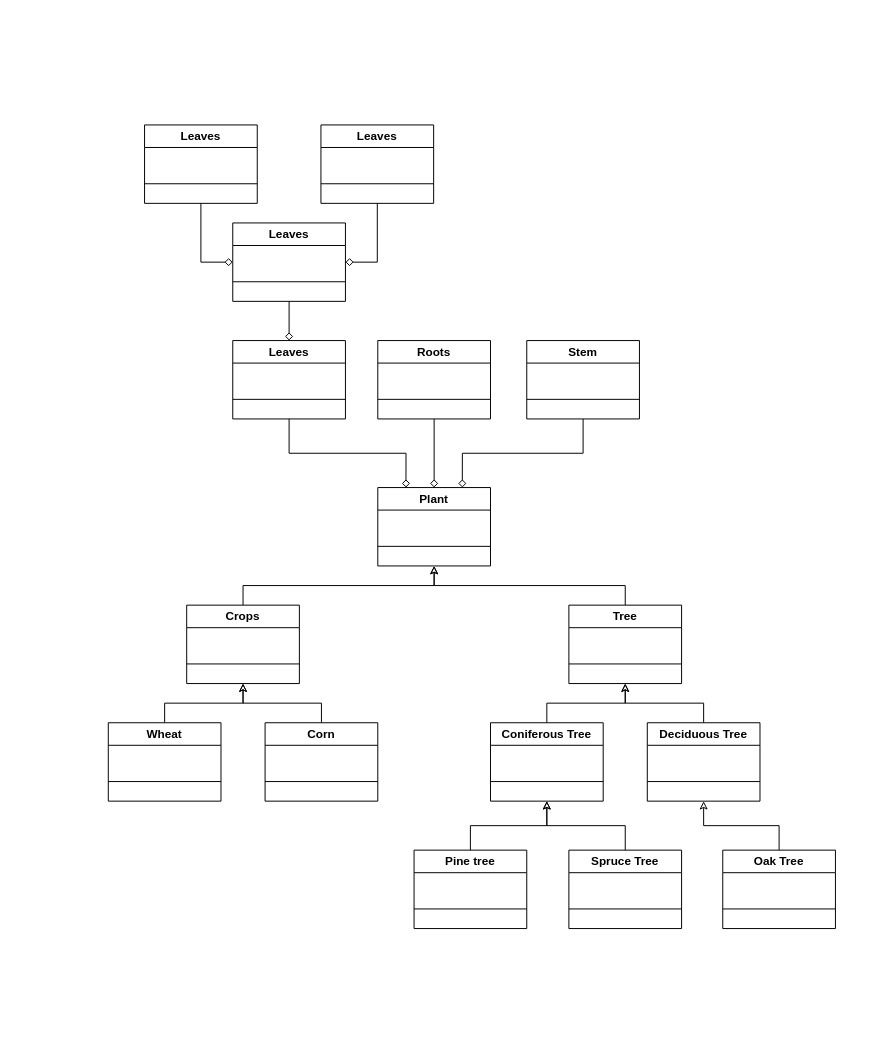
Earlier version of the draw.io diagram ExerciseB/Exe_B_313.drawio (SenorYuen/ENSF380Lab3). Source tidied: cells renumbered, new cells numbered last; positions are measured from the earlier drawing's top-left corner, leaving out a move shared by most shapes. Both pictures are drawn from the tidied source at 98%, with x=0, y=0 at pixel (108, 124).
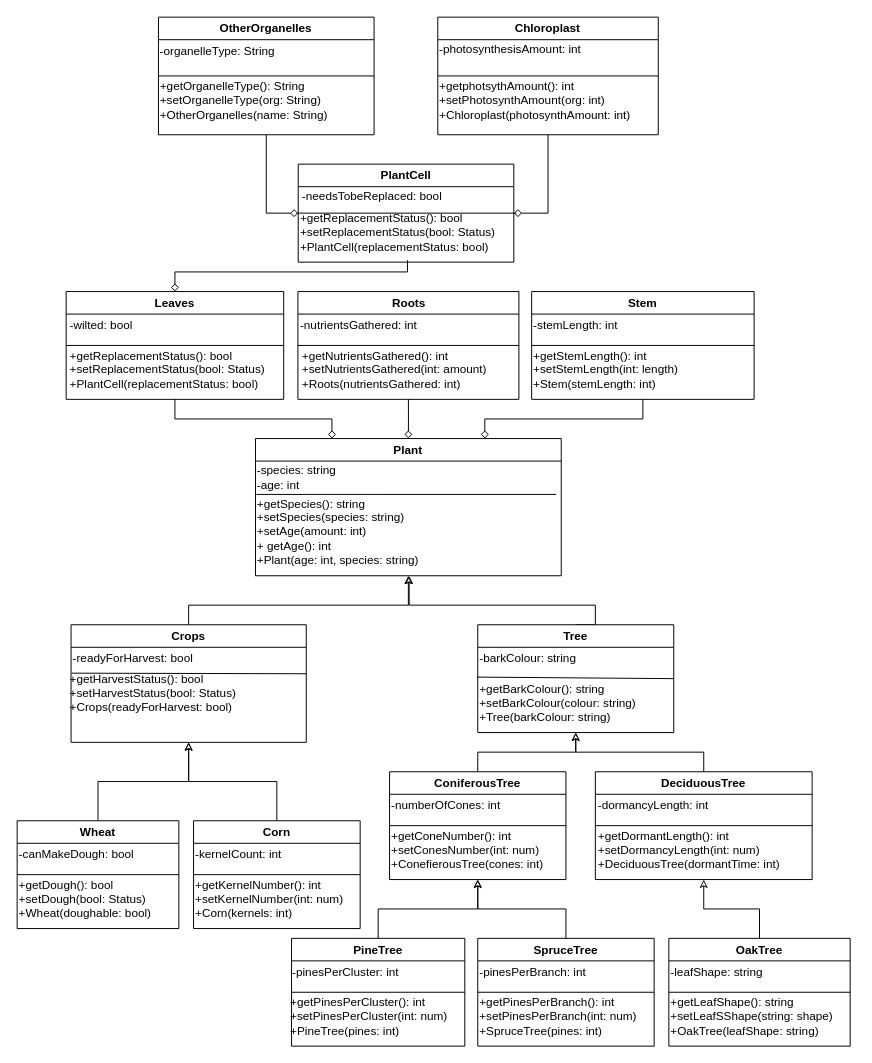
The same diagram, later.

Commit message (it also covers changes not shown here):
finalized exercise b uml and updated files

Diff of the diagram source:
```diff
@@
     <mxCell id="2" value="Plant" style="swimlane;whiteSpace=wrap;html=1;" parent="1" vertex="1">
-      <mxGeometry x="275" y="370" width="115" height="80" as="geometry" />
+      <mxGeometry x="150.2" y="320" width="312" height="140" as="geometry" />
     </mxCell>
-    <mxCell id="3" style="endArrow=none;html=1;rounded=0;exitX=0;exitY=0.75;exitDx=0;exitDy=0;entryX=1;entryY=0.75;entryDx=0;entryDy=0;" parent="1" edge="1" source="2" target="2">
-      <mxGeometry relative="1" as="geometry" />
-    </mxCell>
+    <mxCell id="49" value="-species: string&lt;div&gt;-age: int&lt;/div&gt;" style="text;html=1;align=left;verticalAlign=middle;strokeColor=none;fillColor=none;" parent="2" vertex="1">
+      <mxGeometry y="20" width="100" height="40" as="geometry" />
+    </mxCell>
+    <mxCell id="50" value="+getSpecies(): string&lt;div&gt;+setSpecies(species: string)&lt;br&gt;&lt;div&gt;+setAge(amount: int)&lt;/div&gt;&lt;div&gt;+ getAge(): int&lt;/div&gt;&lt;div&gt;+Plant(age: int, species: string)&lt;/div&gt;&lt;/div&gt;" style="text;html=1;align=left;verticalAlign=middle;points=[];strokeColor=none;fillColor=none;" parent="2" vertex="1">
+      <mxGeometry y="50" width="190" height="90" as="geometry" />
+    </mxCell>
@@
     <mxCell id="5" value="Roots" style="swimlane;whiteSpace=wrap;html=1;" parent="1" vertex="1">
-      <mxGeometry x="275" y="220" width="115" height="80" as="geometry" />
+      <mxGeometry x="193.5" y="170" width="225.5" height="110" as="geometry" />
     </mxCell>
+    <mxCell id="51" value="-nutrientsGathered: int" style="text;html=1;align=left;verticalAlign=middle;strokeColor=none;fillColor=none;" parent="5" vertex="1">
+      <mxGeometry y="20" width="140" height="30" as="geometry" />
+    </mxCell>
+    <mxCell id="52" value="+getNutrientsGathered(): int&lt;div&gt;+setNutrientsGathered(int: amount)&lt;/div&gt;&lt;div&gt;+Roots(nutrientsGathered: int)&lt;/div&gt;" style="text;html=1;align=left;verticalAlign=middle;strokeColor=none;fillColor=none;" parent="5" vertex="1">
+      <mxGeometry x="2.8" y="50" width="210" height="60" as="geometry" />
+    </mxCell>
@@
     <mxCell id="7" value="Stem" style="swimlane;whiteSpace=wrap;html=1;" parent="1" vertex="1">
-      <mxGeometry x="427" y="220" width="115" height="80" as="geometry" />
+      <mxGeometry x="432" y="170" width="227" height="110" as="geometry" />
     </mxCell>
+    <mxCell id="53" value="-stemLength: int" style="text;html=1;align=left;verticalAlign=middle;strokeColor=none;fillColor=none;" parent="7" vertex="1">
+      <mxGeometry y="20" width="110" height="30" as="geometry" />
+    </mxCell>
+    <mxCell id="54" value="+getStemLength(): int&lt;div&gt;+setStemLength(int: length)&lt;/div&gt;&lt;div&gt;+Stem(stemLength: int)&lt;/div&gt;" style="text;html=1;align=left;verticalAlign=middle;strokeColor=none;fillColor=none;" parent="7" vertex="1">
+      <mxGeometry y="50" width="170" height="60" as="geometry" />
+    </mxCell>
@@
     <mxCell id="9" value="Leaves" style="swimlane;whiteSpace=wrap;html=1;" parent="1" vertex="1">
-      <mxGeometry x="127" y="220" width="115" height="80" as="geometry" />
+      <mxGeometry x="-43" y="170" width="222" height="110" as="geometry" />
     </mxCell>
+    <mxCell id="55" value="-wilted: bool" style="text;html=1;align=left;verticalAlign=middle;strokeColor=none;fillColor=none;" parent="9" vertex="1">
+      <mxGeometry x="2" y="20" width="90" height="30" as="geometry" />
+    </mxCell>
+    <mxCell id="56" value="+getReplacementStatus(): bool&lt;div&gt;+setReplacementStatus(bool: Status)&lt;/div&gt;&lt;div&gt;+PlantCell(replacementStatus: bool)&lt;/div&gt;" style="text;html=1;align=left;verticalAlign=middle;strokeColor=none;fillColor=none;" parent="9" vertex="1">
+      <mxGeometry x="2" y="50" width="220" height="60" as="geometry" />
+    </mxCell>
-    <mxCell id="10" style="endArrow=none;html=1;rounded=0;exitX=0;exitY=0.75;exitDx=0;exitDy=0;entryX=1;entryY=0.75;entryDx=0;entryDy=0;" parent="1" edge="1" source="9" target="9">
+    <mxCell id="10" style="endArrow=none;html=1;rounded=0;entryX=1;entryY=0.5;entryDx=0;entryDy=0;exitX=0;exitY=0.5;exitDx=0;exitDy=0;" parent="1" edge="1" source="9" target="9">
       <mxGeometry relative="1" as="geometry" />
     </mxCell>
-    <mxCell id="11" style="endArrow=none;html=1;rounded=0;exitX=0;exitY=0.75;exitDx=0;exitDy=0;entryX=1;entryY=0.75;entryDx=0;entryDy=0;" parent="1" edge="1" source="5" target="5">
+    <mxCell id="11" style="endArrow=none;html=1;rounded=0;exitX=0;exitY=0.5;exitDx=0;exitDy=0;entryX=1;entryY=0.5;entryDx=0;entryDy=0;elbow=vertical;" parent="1" edge="1" source="5" target="5">
       <mxGeometry relative="1" as="geometry" />
     </mxCell>
-    <mxCell id="12" style="endArrow=none;html=1;rounded=0;exitX=0;exitY=0.75;exitDx=0;exitDy=0;entryX=1;entryY=0.75;entryDx=0;entryDy=0;" parent="1" edge="1" source="7" target="7">
+    <mxCell id="12" style="endArrow=none;html=1;rounded=0;exitX=0;exitY=0.5;exitDx=0;exitDy=0;entryX=1;entryY=0.5;entryDx=0;entryDy=0;" parent="1" edge="1" source="7" target="7">
       <mxGeometry relative="1" as="geometry" />
     </mxCell>
-    <mxCell id="13" style="edgeStyle=orthogonalEdgeStyle;rounded=0;jettySize=auto;html=1;entryX=0.5;entryY=0;entryDx=0;entryDy=0;endArrow=diamond;endFill=0;" parent="1" edge="1" source="14" target="9">
-      <mxGeometry relative="1" as="geometry" />
+    <mxCell id="13" style="edgeStyle=orthogonalEdgeStyle;rounded=0;jettySize=auto;html=1;entryX=0.5;entryY=0;entryDx=0;entryDy=0;endArrow=diamond;endFill=0;exitX=0.507;exitY=0.967;exitDx=0;exitDy=0;exitPerimeter=0;" parent="1" edge="1" source="58" target="9">
+      <mxGeometry relative="1" as="geometry">
+        <Array as="points">
+          <mxPoint x="305" y="150" />
+          <mxPoint x="68" y="150" />
+        </Array>
+      </mxGeometry>
     </mxCell>
-    <mxCell id="14" value="Leaves" style="swimlane;whiteSpace=wrap;html=1;" parent="1" vertex="1">
-      <mxGeometry x="127" y="100" width="115" height="80" as="geometry" />
+    <mxCell id="14" value="PlantCell" style="swimlane;whiteSpace=wrap;html=1;" parent="1" vertex="1">
+      <mxGeometry x="193.8" y="40" width="220" height="100" as="geometry" />
     </mxCell>
+    <mxCell id="57" value="-needsTobeReplaced: bool&lt;div&gt;&lt;br&gt;&lt;/div&gt;" style="text;html=1;align=left;verticalAlign=middle;points=[];strokeColor=none;fillColor=none;" parent="14" vertex="1">
+      <mxGeometry x="2.5" y="20" width="170" height="40" as="geometry" />
+    </mxCell>
+    <mxCell id="58" value="+getReplacementStatus(): bool&lt;div&gt;+setReplacementStatus(bool: Status)&lt;/div&gt;&lt;div&gt;+PlantCell(replacementStatus: bool)&lt;/div&gt;" style="text;html=1;align=left;verticalAlign=middle;points=[];strokeColor=none;fillColor=none;" parent="14" vertex="1">
+      <mxGeometry y="40" width="220" height="60" as="geometry" />
+    </mxCell>
@@
-    <mxCell id="16" value="Leaves" style="swimlane;whiteSpace=wrap;html=1;" parent="1" vertex="1">
-      <mxGeometry x="217" width="115" height="80" as="geometry" />
+    <mxCell id="16" value="Chloroplast" style="swimlane;whiteSpace=wrap;html=1;" parent="1" vertex="1">
+      <mxGeometry x="336.2" y="-110" width="225" height="120" as="geometry" />
     </mxCell>
+    <mxCell id="59" value="-photosynthesisAmount: int&lt;div&gt;&lt;br&gt;&lt;/div&gt;" style="text;html=1;align=left;verticalAlign=middle;strokeColor=none;fillColor=none;" parent="16" vertex="1">
+      <mxGeometry y="20" width="170" height="40" as="geometry" />
+    </mxCell>
+    <mxCell id="60" value="+getphotsythAmount(): int&lt;div&gt;+setPhotosynthAmount(org: int)&lt;/div&gt;&lt;div&gt;+Chloroplast(photosynthAmount: int)&lt;/div&gt;" style="text;html=1;align=left;verticalAlign=middle;strokeColor=none;fillColor=none;" parent="16" vertex="1">
+      <mxGeometry y="55" width="220" height="60" as="geometry" />
+    </mxCell>
@@
-    <mxCell id="18" value="Leaves" style="swimlane;whiteSpace=wrap;html=1;" parent="1" vertex="1">
-      <mxGeometry x="37" width="115" height="80" as="geometry" />
+    <mxCell id="18" value="OtherOrganelles" style="swimlane;whiteSpace=wrap;html=1;startSize=23;" parent="1" vertex="1">
+      <mxGeometry x="51.2" y="-110" width="220" height="120" as="geometry" />
     </mxCell>
+    <mxCell id="61" value="-organelleType: String" style="text;html=1;align=center;verticalAlign=middle;strokeColor=none;fillColor=none;" parent="18" vertex="1">
+      <mxGeometry x="-10" y="20" width="140" height="30" as="geometry" />
+    </mxCell>
+    <mxCell id="62" value="+getOrganelleType(): String&lt;div&gt;+setOrganelleType(org: String)&lt;/div&gt;&lt;div&gt;+OtherOrganelles(name: String)&lt;/div&gt;" style="text;html=1;align=left;verticalAlign=middle;strokeColor=none;fillColor=none;" parent="18" vertex="1">
+      <mxGeometry y="55" width="190" height="60" as="geometry" />
+    </mxCell>
-    <mxCell id="19" style="endArrow=none;html=1;rounded=0;exitX=0;exitY=0.75;exitDx=0;exitDy=0;entryX=1;entryY=0.75;entryDx=0;entryDy=0;" parent="1" edge="1" source="14" target="14">
-      <mxGeometry relative="1" as="geometry" />
+    <mxCell id="19" style="endArrow=none;html=1;rounded=0;exitX=-0.024;exitY=0.75;exitDx=0;exitDy=0;exitPerimeter=0;" parent="1" edge="1" source="57">
+      <mxGeometry relative="1" as="geometry">
+        <mxPoint x="416.2" y="90" as="targetPoint" />
+      </mxGeometry>
     </mxCell>
-    <mxCell id="20" style="endArrow=none;html=1;rounded=0;exitX=0;exitY=0.75;exitDx=0;exitDy=0;entryX=1;entryY=0.75;entryDx=0;entryDy=0;" parent="1" edge="1" source="16" target="16">
+    <mxCell id="20" style="endArrow=none;html=1;rounded=0;entryX=1;entryY=0.5;entryDx=0;entryDy=0;exitX=0;exitY=0.5;exitDx=0;exitDy=0;" parent="1" edge="1" source="16" target="16">
       <mxGeometry relative="1" as="geometry" />
     </mxCell>
-    <mxCell id="21" style="endArrow=none;html=1;rounded=0;exitX=0;exitY=0.75;exitDx=0;exitDy=0;entryX=1;entryY=0.75;entryDx=0;entryDy=0;" parent="1" edge="1" source="18" target="18">
+    <mxCell id="21" style="endArrow=none;html=1;rounded=0;exitX=0;exitY=0.5;exitDx=0;exitDy=0;entryX=1;entryY=0.5;entryDx=0;entryDy=0;" parent="1" edge="1" source="18" target="18">
       <mxGeometry relative="1" as="geometry" />
     </mxCell>
     <mxCell id="22" style="edgeStyle=orthogonalEdgeStyle;rounded=0;jettySize=auto;html=1;exitX=0.5;exitY=0;exitDx=0;exitDy=0;entryX=0.5;entryY=1;entryDx=0;entryDy=0;endArrow=classic;endFill=0;" parent="1" edge="1" source="23" target="2">
-      <mxGeometry relative="1" as="geometry" />
+      <mxGeometry relative="1" as="geometry">
+        <Array as="points">
+          <mxPoint x="82" y="490" />
+          <mxPoint x="306" y="490" />
+        </Array>
+      </mxGeometry>
     </mxCell>
     <mxCell id="23" value="Crops" style="swimlane;whiteSpace=wrap;html=1;" parent="1" vertex="1">
-      <mxGeometry x="80" y="490" width="115" height="80" as="geometry" />
+      <mxGeometry x="-38" y="510" width="240" height="120" as="geometry" />
     </mxCell>
+    <mxCell id="63" value="-readyForHarvest: bool" style="text;html=1;align=left;verticalAlign=middle;points=[];strokeColor=none;fillColor=none;" parent="23" vertex="1">
+      <mxGeometry y="20" width="150" height="30" as="geometry" />
+    </mxCell>
+    <mxCell id="64" value="+getHarvestStatus(): bool&lt;div&gt;+setHarvestStatus(bool: Status)&lt;/div&gt;&lt;div&gt;+Crops(readyForHarvest: bool)&lt;/div&gt;" style="text;html=1;align=left;verticalAlign=middle;strokeColor=none;fillColor=none;" parent="23" vertex="1">
+      <mxGeometry x="-3" y="40" width="190" height="60" as="geometry" />
+    </mxCell>
-    <mxCell id="24" style="endArrow=none;html=1;rounded=0;exitX=0;exitY=0.75;exitDx=0;exitDy=0;entryX=1;entryY=0.75;entryDx=0;entryDy=0;" parent="1" edge="1" source="23" target="23">
-      <mxGeometry relative="1" as="geometry" />
+    <mxCell id="24" style="endArrow=none;html=1;rounded=0;exitX=0.004;exitY=0.98;exitDx=0;exitDy=0;exitPerimeter=0;" parent="1" edge="1" source="63">
+      <mxGeometry relative="1" as="geometry">
+        <mxPoint x="202" y="560" as="targetPoint" />
+      </mxGeometry>
     </mxCell>
-    <mxCell id="25" style="edgeStyle=orthogonalEdgeStyle;rounded=0;jettySize=auto;html=1;exitX=0.5;exitY=0;exitDx=0;exitDy=0;entryX=0.5;entryY=1;entryDx=0;entryDy=0;endArrow=classic;endFill=0;" parent="1" edge="1" source="26" target="2">
-      <mxGeometry relative="1" as="geometry" />
+    <mxCell id="25" style="edgeStyle=orthogonalEdgeStyle;rounded=0;jettySize=auto;html=1;exitX=0.5;exitY=0;exitDx=0;exitDy=0;endArrow=classic;endFill=0;" parent="1" edge="1" source="26">
+      <mxGeometry relative="1" as="geometry">
+        <mxPoint x="307" y="460" as="targetPoint" />
+        <Array as="points">
+          <mxPoint x="497" y="490" />
+          <mxPoint x="307" y="490" />
+        </Array>
+      </mxGeometry>
     </mxCell>
     <mxCell id="26" value="Tree" style="swimlane;whiteSpace=wrap;html=1;" parent="1" vertex="1">
-      <mxGeometry x="470" y="490" width="115" height="80" as="geometry" />
+      <mxGeometry x="377" y="510" width="200" height="110" as="geometry" />
     </mxCell>
+    <mxCell id="65" value="-barkColour: string" style="text;html=1;align=left;verticalAlign=middle;strokeColor=none;fillColor=none;" parent="26" vertex="1">
+      <mxGeometry y="20" width="120" height="30" as="geometry" />
+    </mxCell>
+    <mxCell id="66" value="+getBarkColour(): string&lt;div&gt;+setBarkColour(colour: string)&lt;/div&gt;&lt;div&gt;+Tree(barkColour: string)&lt;/div&gt;" style="text;html=1;align=left;verticalAlign=middle;points=[];strokeColor=none;fillColor=none;" parent="26" vertex="1">
+      <mxGeometry y="50" width="180" height="60" as="geometry" />
+    </mxCell>
-    <mxCell id="27" style="endArrow=none;html=1;rounded=0;exitX=0;exitY=0.75;exitDx=0;exitDy=0;entryX=1;entryY=0.75;entryDx=0;entryDy=0;" parent="1" edge="1" source="26" target="26">
+    <mxCell id="27" style="endArrow=none;html=1;rounded=0;entryX=1;entryY=0.5;entryDx=0;entryDy=0;exitX=-0.004;exitY=0.057;exitDx=0;exitDy=0;exitPerimeter=0;" parent="26" edge="1" source="66" target="26">
       <mxGeometry relative="1" as="geometry" />
     </mxCell>
@@
     <mxCell id="29" value="Wheat" style="swimlane;whiteSpace=wrap;html=1;" parent="1" vertex="1">
-      <mxGeometry y="610" width="115" height="80" as="geometry" />
+      <mxGeometry x="-93" y="710" width="165" height="110" as="geometry" />
     </mxCell>
+    <mxCell id="67" value="-canMakeDough: bool" style="text;html=1;align=left;verticalAlign=middle;strokeColor=none;fillColor=none;" parent="29" vertex="1">
+      <mxGeometry y="20" width="140" height="30" as="geometry" />
+    </mxCell>
+    <mxCell id="68" value="+getDough(): bool&lt;div&gt;+setDough(bool: Status)&lt;/div&gt;&lt;div&gt;+Wheat(doughable: bool)&lt;/div&gt;" style="text;html=1;align=left;verticalAlign=middle;strokeColor=none;fillColor=none;" parent="29" vertex="1">
+      <mxGeometry y="50" width="160" height="60" as="geometry" />
+    </mxCell>
-    <mxCell id="30" style="endArrow=none;html=1;rounded=0;exitX=0;exitY=0.75;exitDx=0;exitDy=0;entryX=1;entryY=0.75;entryDx=0;entryDy=0;" parent="1" edge="1" source="29" target="29">
+    <mxCell id="30" style="endArrow=none;html=1;rounded=0;exitX=0;exitY=0.5;exitDx=0;exitDy=0;entryX=1;entryY=0.5;entryDx=0;entryDy=0;" parent="1" edge="1" source="29" target="29">
       <mxGeometry relative="1" as="geometry" />
     </mxCell>
-    <mxCell id="31" style="edgeStyle=orthogonalEdgeStyle;rounded=0;jettySize=auto;html=1;exitX=0.5;exitY=0;exitDx=0;exitDy=0;entryX=0.5;entryY=1;entryDx=0;entryDy=0;endArrow=classic;endFill=0;" parent="1" edge="1" source="32" target="23">
+    <mxCell id="31" style="edgeStyle=orthogonalEdgeStyle;rounded=0;jettySize=auto;html=1;exitX=0.5;exitY=0;exitDx=0;exitDy=0;endArrow=classic;endFill=0;entryX=0.5;entryY=1;entryDx=0;entryDy=0;" parent="1" edge="1" source="32" target="23">
       <mxGeometry relative="1" as="geometry" />
     </mxCell>
     <mxCell id="32" value="Corn" style="swimlane;whiteSpace=wrap;html=1;" parent="1" vertex="1">
-      <mxGeometry x="160" y="610" width="115" height="80" as="geometry" />
+      <mxGeometry x="87" y="710" width="170" height="110" as="geometry" />
     </mxCell>
+    <mxCell id="69" value="-kernelCount: int" style="text;html=1;align=left;verticalAlign=middle;strokeColor=none;fillColor=none;" parent="32" vertex="1">
+      <mxGeometry y="20" width="110" height="30" as="geometry" />
+    </mxCell>
+    <mxCell id="70" value="+getKernelNumber(): int&lt;div&gt;+setKernelNumber(int: num)&lt;/div&gt;&lt;div&gt;+Corn(kernels: int)&lt;/div&gt;" style="text;html=1;align=left;verticalAlign=middle;strokeColor=none;fillColor=none;" parent="32" vertex="1">
+      <mxGeometry y="50" width="170" height="60" as="geometry" />
+    </mxCell>
-    <mxCell id="33" style="endArrow=none;html=1;rounded=0;exitX=0;exitY=0.75;exitDx=0;exitDy=0;entryX=1;entryY=0.75;entryDx=0;entryDy=0;" parent="1" edge="1" source="32" target="32">
+    <mxCell id="33" style="endArrow=none;html=1;rounded=0;exitX=0;exitY=0.5;exitDx=0;exitDy=0;entryX=1;entryY=0.5;entryDx=0;entryDy=0;" parent="1" edge="1" source="32" target="32">
       <mxGeometry relative="1" as="geometry" />
     </mxCell>
@@
-    <mxCell id="35" value="Coniferous Tree" style="swimlane;whiteSpace=wrap;html=1;" parent="1" vertex="1">
-      <mxGeometry x="390" y="610" width="115" height="80" as="geometry" />
+    <mxCell id="35" value="ConiferousTree" style="swimlane;whiteSpace=wrap;html=1;" parent="1" vertex="1">
+      <mxGeometry x="287" y="660" width="180" height="110" as="geometry" />
     </mxCell>
+    <mxCell id="71" value="-numberOfCones: int" style="text;html=1;align=left;verticalAlign=middle;strokeColor=none;fillColor=none;" parent="35" vertex="1">
+      <mxGeometry y="20" width="130" height="30" as="geometry" />
+    </mxCell>
+    <mxCell id="72" value="+getConeNumber(): int&lt;div&gt;+setConesNumber(int: num)&lt;/div&gt;&lt;div&gt;+ConefierousTree(cones: int)&lt;/div&gt;" style="text;html=1;align=left;verticalAlign=middle;strokeColor=none;fillColor=none;" parent="35" vertex="1">
+      <mxGeometry y="50" width="180" height="60" as="geometry" />
+    </mxCell>
-    <mxCell id="36" style="endArrow=none;html=1;rounded=0;exitX=0;exitY=0.75;exitDx=0;exitDy=0;entryX=1;entryY=0.75;entryDx=0;entryDy=0;" parent="1" edge="1" source="35" target="35">
+    <mxCell id="36" style="endArrow=none;html=1;rounded=0;exitX=0;exitY=0.5;exitDx=0;exitDy=0;entryX=1;entryY=0.5;entryDx=0;entryDy=0;" parent="1" edge="1" source="35" target="35">
       <mxGeometry relative="1" as="geometry" />
     </mxCell>
@@
-    <mxCell id="38" value="Deciduous Tree" style="swimlane;whiteSpace=wrap;html=1;" parent="1" vertex="1">
-      <mxGeometry x="550" y="610" width="115" height="80" as="geometry" />
+    <mxCell id="38" value="DeciduousTree" style="swimlane;whiteSpace=wrap;html=1;" parent="1" vertex="1">
+      <mxGeometry x="497" y="660" width="221.2" height="110" as="geometry" />
     </mxCell>
+    <mxCell id="73" value="-dormancyLength: int" style="text;html=1;align=left;verticalAlign=middle;strokeColor=none;fillColor=none;" parent="38" vertex="1">
+      <mxGeometry x="1.2" y="20" width="140" height="30" as="geometry" />
+    </mxCell>
+    <mxCell id="74" value="+getDormantLength(): int&lt;div&gt;+setDormancyLength(int: num)&lt;/div&gt;&lt;div&gt;+DeciduousTree(dormantTime: int)&lt;/div&gt;" style="text;html=1;align=left;verticalAlign=middle;strokeColor=none;fillColor=none;" parent="38" vertex="1">
+      <mxGeometry x="1.2" y="50" width="210" height="60" as="geometry" />
+    </mxCell>
-    <mxCell id="39" style="endArrow=none;html=1;rounded=0;exitX=0;exitY=0.75;exitDx=0;exitDy=0;entryX=1;entryY=0.75;entryDx=0;entryDy=0;" parent="1" edge="1" source="38" target="38">
+    <mxCell id="39" style="endArrow=none;html=1;rounded=0;exitX=0;exitY=0.5;exitDx=0;exitDy=0;entryX=1;entryY=0.5;entryDx=0;entryDy=0;" parent="1" edge="1" source="38" target="38">
       <mxGeometry relative="1" as="geometry" />
     </mxCell>
@@
-    <mxCell id="41" value="Pine tree" style="swimlane;whiteSpace=wrap;html=1;" parent="1" vertex="1">
-      <mxGeometry x="312" y="740" width="115" height="80" as="geometry" />
+    <mxCell id="41" value="PineTree" style="swimlane;whiteSpace=wrap;html=1;" parent="1" vertex="1">
+      <mxGeometry x="187" y="830" width="176.8" height="110" as="geometry" />
     </mxCell>
+    <mxCell id="75" value="-pinesPerCluster: int" style="text;html=1;align=left;verticalAlign=middle;strokeColor=none;fillColor=none;" parent="41" vertex="1">
+      <mxGeometry x="-0.8" y="20" width="130" height="30" as="geometry" />
+    </mxCell>
+    <mxCell id="76" value="+getPinesPerCluster(): int&lt;div&gt;+setPinesPerCluster(int: num)&lt;/div&gt;&lt;div&gt;+PineTree(pines: int)&lt;/div&gt;" style="text;html=1;align=left;verticalAlign=middle;strokeColor=none;fillColor=none;" parent="41" vertex="1">
+      <mxGeometry x="-3.2" y="50" width="180" height="60" as="geometry" />
+    </mxCell>
-    <mxCell id="42" style="endArrow=none;html=1;rounded=0;exitX=0;exitY=0.75;exitDx=0;exitDy=0;entryX=1;entryY=0.75;entryDx=0;entryDy=0;" parent="1" edge="1" source="41" target="41">
+    <mxCell id="42" style="endArrow=none;html=1;rounded=0;exitX=0;exitY=0.5;exitDx=0;exitDy=0;entryX=1;entryY=0.5;entryDx=0;entryDy=0;" parent="1" edge="1" source="41" target="41">
       <mxGeometry relative="1" as="geometry" />
     </mxCell>
@@
-    <mxCell id="44" value="Spruce Tree" style="swimlane;whiteSpace=wrap;html=1;" parent="1" vertex="1">
-      <mxGeometry x="470" y="740" width="115" height="80" as="geometry" />
+    <mxCell id="44" value="SpruceTree" style="swimlane;whiteSpace=wrap;html=1;" parent="1" vertex="1">
+      <mxGeometry x="377" y="830" width="180" height="110" as="geometry" />
     </mxCell>
+    <mxCell id="77" value="-pinesPerBranch: int" style="text;html=1;align=left;verticalAlign=middle;strokeColor=none;fillColor=none;" parent="44" vertex="1">
+      <mxGeometry y="20" width="130" height="30" as="geometry" />
+    </mxCell>
+    <mxCell id="78" value="+getPinesPerBranch(): int&lt;div&gt;+setPinesPerBranch(int: num)&lt;/div&gt;&lt;div&gt;+SpruceTree(pines: int)&lt;/div&gt;" style="text;html=1;align=left;verticalAlign=middle;strokeColor=none;fillColor=none;" parent="44" vertex="1">
+      <mxGeometry y="50" width="180" height="60" as="geometry" />
+    </mxCell>
-    <mxCell id="45" style="endArrow=none;html=1;rounded=0;exitX=0;exitY=0.75;exitDx=0;exitDy=0;entryX=1;entryY=0.75;entryDx=0;entryDy=0;" parent="1" edge="1" source="44" target="44">
+    <mxCell id="45" style="endArrow=none;html=1;rounded=0;exitX=0;exitY=0.5;exitDx=0;exitDy=0;entryX=1;entryY=0.5;entryDx=0;entryDy=0;" parent="1" edge="1" source="44" target="44">
       <mxGeometry relative="1" as="geometry" />
     </mxCell>
@@
-    <mxCell id="47" value="Oak Tree" style="swimlane;whiteSpace=wrap;html=1;" parent="1" vertex="1">
-      <mxGeometry x="627" y="740" width="115" height="80" as="geometry" />
+    <mxCell id="47" value="OakTree" style="swimlane;whiteSpace=wrap;html=1;" parent="1" vertex="1">
+      <mxGeometry x="572" y="830" width="185" height="110" as="geometry" />
     </mxCell>
+    <mxCell id="79" value="-leafShape: string" style="text;html=1;align=left;verticalAlign=middle;strokeColor=none;fillColor=none;" parent="47" vertex="1">
+      <mxGeometry y="20" width="120" height="30" as="geometry" />
+    </mxCell>
+    <mxCell id="80" value="+getLeafShape(): string&lt;div&gt;+setLeafSShape(string: shape)&lt;/div&gt;&lt;div&gt;+OakTree(leafShape: string)&lt;/div&gt;" style="text;html=1;align=left;verticalAlign=middle;strokeColor=none;fillColor=none;" parent="47" vertex="1">
+      <mxGeometry y="50" width="190" height="60" as="geometry" />
+    </mxCell>
-    <mxCell id="48" style="endArrow=none;html=1;rounded=0;exitX=0;exitY=0.75;exitDx=0;exitDy=0;entryX=1;entryY=0.75;entryDx=0;entryDy=0;" parent="1" edge="1" source="47" target="47">
+    <mxCell id="48" style="endArrow=none;html=1;rounded=0;exitX=0;exitY=0.5;exitDx=0;exitDy=0;entryX=1;entryY=0.5;entryDx=0;entryDy=0;" parent="1" edge="1" source="47" target="47">
       <mxGeometry relative="1" as="geometry" />
     </mxCell>
+    <mxCell id="81" style="endArrow=none;html=1;rounded=0;exitX=0.004;exitY=0.078;exitDx=0;exitDy=0;exitPerimeter=0;" parent="1" edge="1" source="50">
+      <mxGeometry relative="1" as="geometry">
+        <mxPoint x="457" y="377" as="targetPoint" />
+      </mxGeometry>
+    </mxCell>
```
